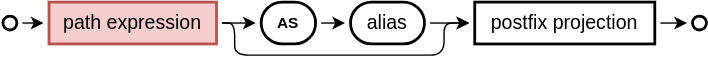
Before: cds/assets/cql/nested-expand.drawio.svg, a diagram exported from draw.io (capire/docs). Source tidied: cells renumbered, new cells last; positions are measured from the earlier drawing's top-left corner, leaving out a move shared by most shapes.
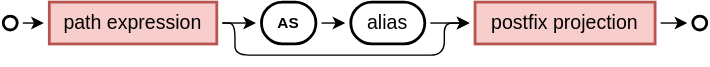
Later version of the same file.

What changed in the source:
```diff
@@ -2,7 +2,7 @@
   <root>
     <mxCell id="0" />
     <mxCell id="1" parent="0" />
-    <mxCell id="2" value="postfix projection" style="rounded=1;whiteSpace=wrap;html=1;strokeWidth=2;arcSize=0;fontSize=14;perimeterSpacing=4;" parent="1" vertex="1">
+    <mxCell id="2" value="postfix projection" style="rounded=1;whiteSpace=wrap;html=1;strokeWidth=2;arcSize=0;fontSize=14;perimeterSpacing=4;fillColor=#f8cecc;strokeColor=#b85450;" parent="1" vertex="1">
       <mxGeometry x="338" width="129" height="30" as="geometry" />
     </mxCell>
     <mxCell id="3" style="ellipse;whiteSpace=wrap;html=1;rounded=1;strokeColor=default;strokeWidth=2;align=center;verticalAlign=middle;fontFamily=Helvetica;fontSize=11;fontColor=default;labelBackgroundColor=default;fillColor=default;perimeterSpacing=4;" parent="1" vertex="1">
```
